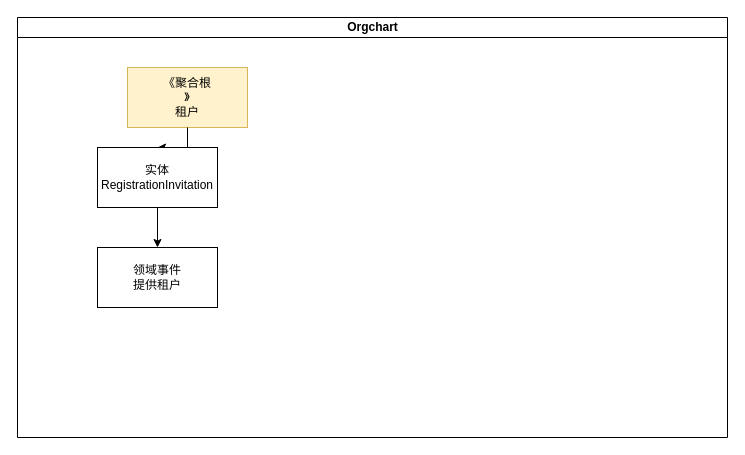
The draw.io diagram 未命名绘图.drawio in gezb19890407/CoreMvcTest, before the edit. Source tidied: cells renumbered, new cells numbered last; positions are measured from the earlier drawing's top-left corner, leaving out a move shared by most shapes. Both pictures are drawn from the tidied source at 100%, with x=0, y=0 at pixel (17, 17).
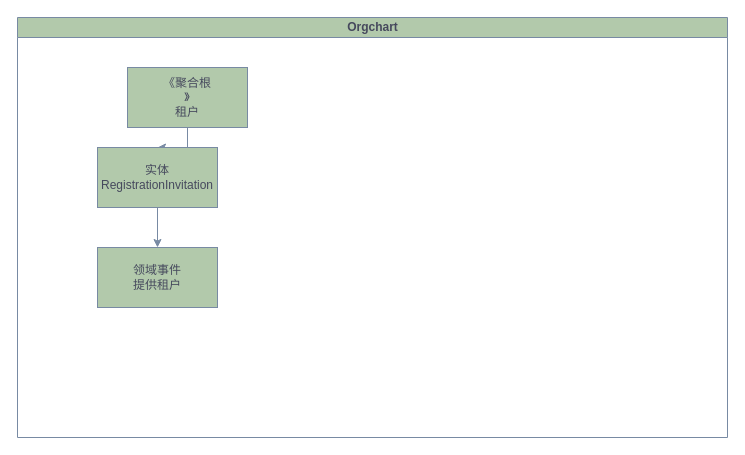
The same page after the edit.

Change to the diagram source:
```diff
@@
 <mxGraphModel>
   <root>
     <mxCell id="0" />
     <mxCell id="1" parent="0" />
-    <mxCell id="2" value="Orgchart" style="swimlane;html=1;startSize=20;horizontal=1;containerType=tree;glass=0;" parent="1" vertex="1">
+    <mxCell id="2" value="Orgchart" style="swimlane;html=1;startSize=20;horizontal=1;containerType=tree;glass=0;labelBackgroundColor=none;fillColor=#B2C9AB;strokeColor=#788AA3;fontColor=#46495D;" parent="1" vertex="1">
       <mxGeometry width="710" height="420" as="geometry" />
     </mxCell>
-    <mxCell id="3" value="《聚合根&lt;br&gt;》&lt;br&gt;租户" style="rounded=0;whiteSpace=wrap;html=1;fillColor=#fff2cc;strokeColor=#d6b656;align=center;" parent="2" vertex="1">
+    <mxCell id="3" value="《聚合根&lt;br&gt;》&lt;br&gt;租户" style="rounded=0;whiteSpace=wrap;html=1;fillColor=#B2C9AB;strokeColor=#788AA3;align=center;labelBackgroundColor=none;fontColor=#46495D;" parent="2" vertex="1">
       <mxGeometry x="110" y="50" width="120" height="60" as="geometry" />
     </mxCell>
-    <mxCell id="4" style="edgeStyle=orthogonalEdgeStyle;rounded=0;jettySize=auto;html=1;" parent="2" edge="1" source="3" target="5">
+    <mxCell id="4" style="edgeStyle=orthogonalEdgeStyle;rounded=0;jettySize=auto;html=1;labelBackgroundColor=none;strokeColor=#788AA3;fontColor=default;" parent="2" edge="1" source="3" target="5">
       <mxGeometry relative="1" as="geometry" />
     </mxCell>
-    <mxCell id="5" value="实体&lt;br&gt;RegistrationInvitation" style="rounded=0;whiteSpace=wrap;html=1;" parent="2" vertex="1">
+    <mxCell id="5" value="实体&lt;br&gt;RegistrationInvitation" style="rounded=0;whiteSpace=wrap;html=1;labelBackgroundColor=none;fillColor=#B2C9AB;strokeColor=#788AA3;fontColor=#46495D;" parent="2" vertex="1">
       <mxGeometry x="80" y="130" width="120" height="60" as="geometry" />
     </mxCell>
-    <mxCell id="6" style="edgeStyle=orthogonalEdgeStyle;rounded=0;jettySize=auto;html=1;" parent="2" edge="1" source="5" target="7">
+    <mxCell id="6" style="edgeStyle=orthogonalEdgeStyle;rounded=0;jettySize=auto;html=1;labelBackgroundColor=none;strokeColor=#788AA3;fontColor=default;" parent="2" edge="1" source="5" target="7">
       <mxGeometry relative="1" as="geometry" />
     </mxCell>
-    <mxCell id="7" value="领域事件&lt;br&gt;提供租户" style="rounded=0;whiteSpace=wrap;html=1;" parent="2" vertex="1">
+    <mxCell id="7" value="领域事件&lt;br&gt;提供租户" style="rounded=0;whiteSpace=wrap;html=1;labelBackgroundColor=none;fillColor=#B2C9AB;strokeColor=#788AA3;fontColor=#46495D;" parent="2" vertex="1">
       <mxGeometry x="80" y="230" width="120" height="60" as="geometry" />
     </mxCell>
   </root>
 </mxGraphModel>
```
